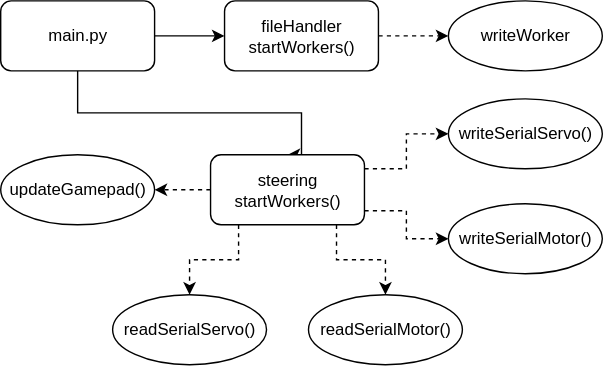
Earlier version of the draw.io export images/workers.svg (M1chol/jetson-car). Source tidied: cells renumbered, new cells last; positions are measured from the earlier drawing's top-left corner, leaving out a move shared by most shapes. Source of this version:
```xml
<mxGraphModel>
  <root>
    <mxCell id="0" />
    <mxCell id="1" parent="0" />
    <mxCell id="2" style="edgeStyle=orthogonalEdgeStyle;rounded=0;jettySize=auto;html=1;" parent="1" edge="1" source="4" target="6">
      <mxGeometry relative="1" as="geometry" />
    </mxCell>
    <mxCell id="3" style="edgeStyle=orthogonalEdgeStyle;rounded=0;jettySize=auto;html=1;entryX=0.5;entryY=0;entryDx=0;entryDy=0;" parent="1" edge="1" source="4" target="12">
      <mxGeometry relative="1" as="geometry">
        <Array as="points">
          <mxPoint x="55" y="80" />
          <mxPoint x="215" y="80" />
        </Array>
      </mxGeometry>
    </mxCell>
    <mxCell id="4" value="&lt;div&gt;main.py&lt;/div&gt;" style="rounded=1;whiteSpace=wrap;html=1;" parent="1" vertex="1">
      <mxGeometry width="110" height="50" as="geometry" />
    </mxCell>
    <mxCell id="5" style="edgeStyle=orthogonalEdgeStyle;rounded=0;jettySize=auto;html=1;dashed=1;" parent="1" edge="1" source="6" target="13">
      <mxGeometry relative="1" as="geometry" />
    </mxCell>
    <mxCell id="6" value="fileHandler startWorkers()" style="rounded=1;whiteSpace=wrap;html=1;" parent="1" vertex="1">
      <mxGeometry x="160" width="110" height="50" as="geometry" />
    </mxCell>
    <mxCell id="7" style="edgeStyle=orthogonalEdgeStyle;rounded=0;jettySize=auto;html=1;entryX=0;entryY=0.5;entryDx=0;entryDy=0;dashed=1;" parent="1" edge="1" source="12" target="14">
      <mxGeometry relative="1" as="geometry">
        <Array as="points">
          <mxPoint x="290" y="120" />
          <mxPoint x="290" y="95" />
        </Array>
      </mxGeometry>
    </mxCell>
    <mxCell id="8" style="edgeStyle=orthogonalEdgeStyle;rounded=0;jettySize=auto;html=1;entryX=0;entryY=0.5;entryDx=0;entryDy=0;dashed=1;" parent="1" edge="1" source="12" target="15">
      <mxGeometry relative="1" as="geometry">
        <Array as="points">
          <mxPoint x="290" y="150" />
          <mxPoint x="290" y="170" />
        </Array>
      </mxGeometry>
    </mxCell>
    <mxCell id="9" style="edgeStyle=orthogonalEdgeStyle;rounded=0;jettySize=auto;html=1;entryX=1;entryY=0.5;entryDx=0;entryDy=0;dashed=1;" parent="1" edge="1" source="12" target="18">
      <mxGeometry relative="1" as="geometry" />
    </mxCell>
    <mxCell id="10" style="edgeStyle=orthogonalEdgeStyle;rounded=0;jettySize=auto;html=1;entryX=0.5;entryY=0;entryDx=0;entryDy=0;dashed=1;" parent="1" edge="1" source="12" target="17">
      <mxGeometry relative="1" as="geometry">
        <Array as="points">
          <mxPoint x="170" y="185" />
          <mxPoint x="135" y="185" />
        </Array>
      </mxGeometry>
    </mxCell>
    <mxCell id="11" style="edgeStyle=orthogonalEdgeStyle;rounded=0;jettySize=auto;html=1;entryX=0.5;entryY=0;entryDx=0;entryDy=0;dashed=1;" parent="1" edge="1" source="12" target="16">
      <mxGeometry relative="1" as="geometry">
        <Array as="points">
          <mxPoint x="240" y="185" />
          <mxPoint x="275" y="185" />
        </Array>
      </mxGeometry>
    </mxCell>
    <mxCell id="12" value="&lt;div&gt;steering&lt;/div&gt;&lt;div&gt;startWorkers()&lt;/div&gt;" style="rounded=1;whiteSpace=wrap;html=1;" parent="1" vertex="1">
      <mxGeometry x="150" y="110" width="110" height="50" as="geometry" />
    </mxCell>
    <mxCell id="13" value="writeWorker" style="ellipse;whiteSpace=wrap;html=1;" parent="1" vertex="1">
      <mxGeometry x="320" width="110" height="50" as="geometry" />
    </mxCell>
    <mxCell id="14" value="writeSerialServo()" style="ellipse;whiteSpace=wrap;html=1;" parent="1" vertex="1">
      <mxGeometry x="320" y="70" width="110" height="50" as="geometry" />
    </mxCell>
    <mxCell id="15" value="writeSerialMotor()" style="ellipse;whiteSpace=wrap;html=1;" parent="1" vertex="1">
      <mxGeometry x="320" y="145" width="110" height="50" as="geometry" />
    </mxCell>
    <mxCell id="16" value="readSerialMotor()" style="ellipse;whiteSpace=wrap;html=1;" parent="1" vertex="1">
      <mxGeometry x="220" y="210" width="110" height="50" as="geometry" />
    </mxCell>
    <mxCell id="17" value="readSerialServo()" style="ellipse;whiteSpace=wrap;html=1;" parent="1" vertex="1">
      <mxGeometry x="80" y="210" width="110" height="50" as="geometry" />
    </mxCell>
    <mxCell id="18" value="updateGamepad()" style="ellipse;whiteSpace=wrap;html=1;" parent="1" vertex="1">
      <mxGeometry y="110" width="110" height="50" as="geometry" />
    </mxCell>
  </root>
</mxGraphModel>
```
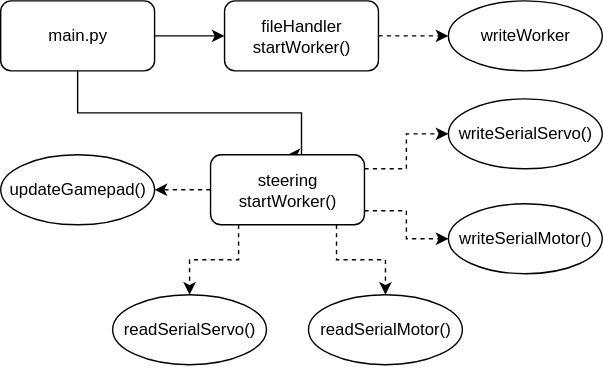
After the change.

What changed in the source:
```diff
@@ -19,7 +19,7 @@
     <mxCell id="5" style="edgeStyle=orthogonalEdgeStyle;rounded=0;jettySize=auto;html=1;dashed=1;" parent="1" edge="1" source="6" target="13">
       <mxGeometry relative="1" as="geometry" />
     </mxCell>
-    <mxCell id="6" value="fileHandler startWorkers()" style="rounded=1;whiteSpace=wrap;html=1;" parent="1" vertex="1">
+    <mxCell id="6" value="fileHandler startWorker()" style="rounded=1;whiteSpace=wrap;html=1;" parent="1" vertex="1">
       <mxGeometry x="160" width="110" height="50" as="geometry" />
     </mxCell>
     <mxCell id="7" style="edgeStyle=orthogonalEdgeStyle;rounded=0;jettySize=auto;html=1;entryX=0;entryY=0.5;entryDx=0;entryDy=0;dashed=1;" parent="1" edge="1" source="12" target="14">
@@ -57,7 +57,7 @@
         </Array>
       </mxGeometry>
     </mxCell>
-    <mxCell id="12" value="&lt;div&gt;steering&lt;/div&gt;&lt;div&gt;startWorkers()&lt;/div&gt;" style="rounded=1;whiteSpace=wrap;html=1;" parent="1" vertex="1">
+    <mxCell id="12" value="&lt;div&gt;steering&lt;/div&gt;&lt;div&gt;startWorker()&lt;/div&gt;" style="rounded=1;whiteSpace=wrap;html=1;" parent="1" vertex="1">
       <mxGeometry x="150" y="110" width="110" height="50" as="geometry" />
     </mxCell>
     <mxCell id="13" value="writeWorker" style="ellipse;whiteSpace=wrap;html=1;" parent="1" vertex="1">
```
